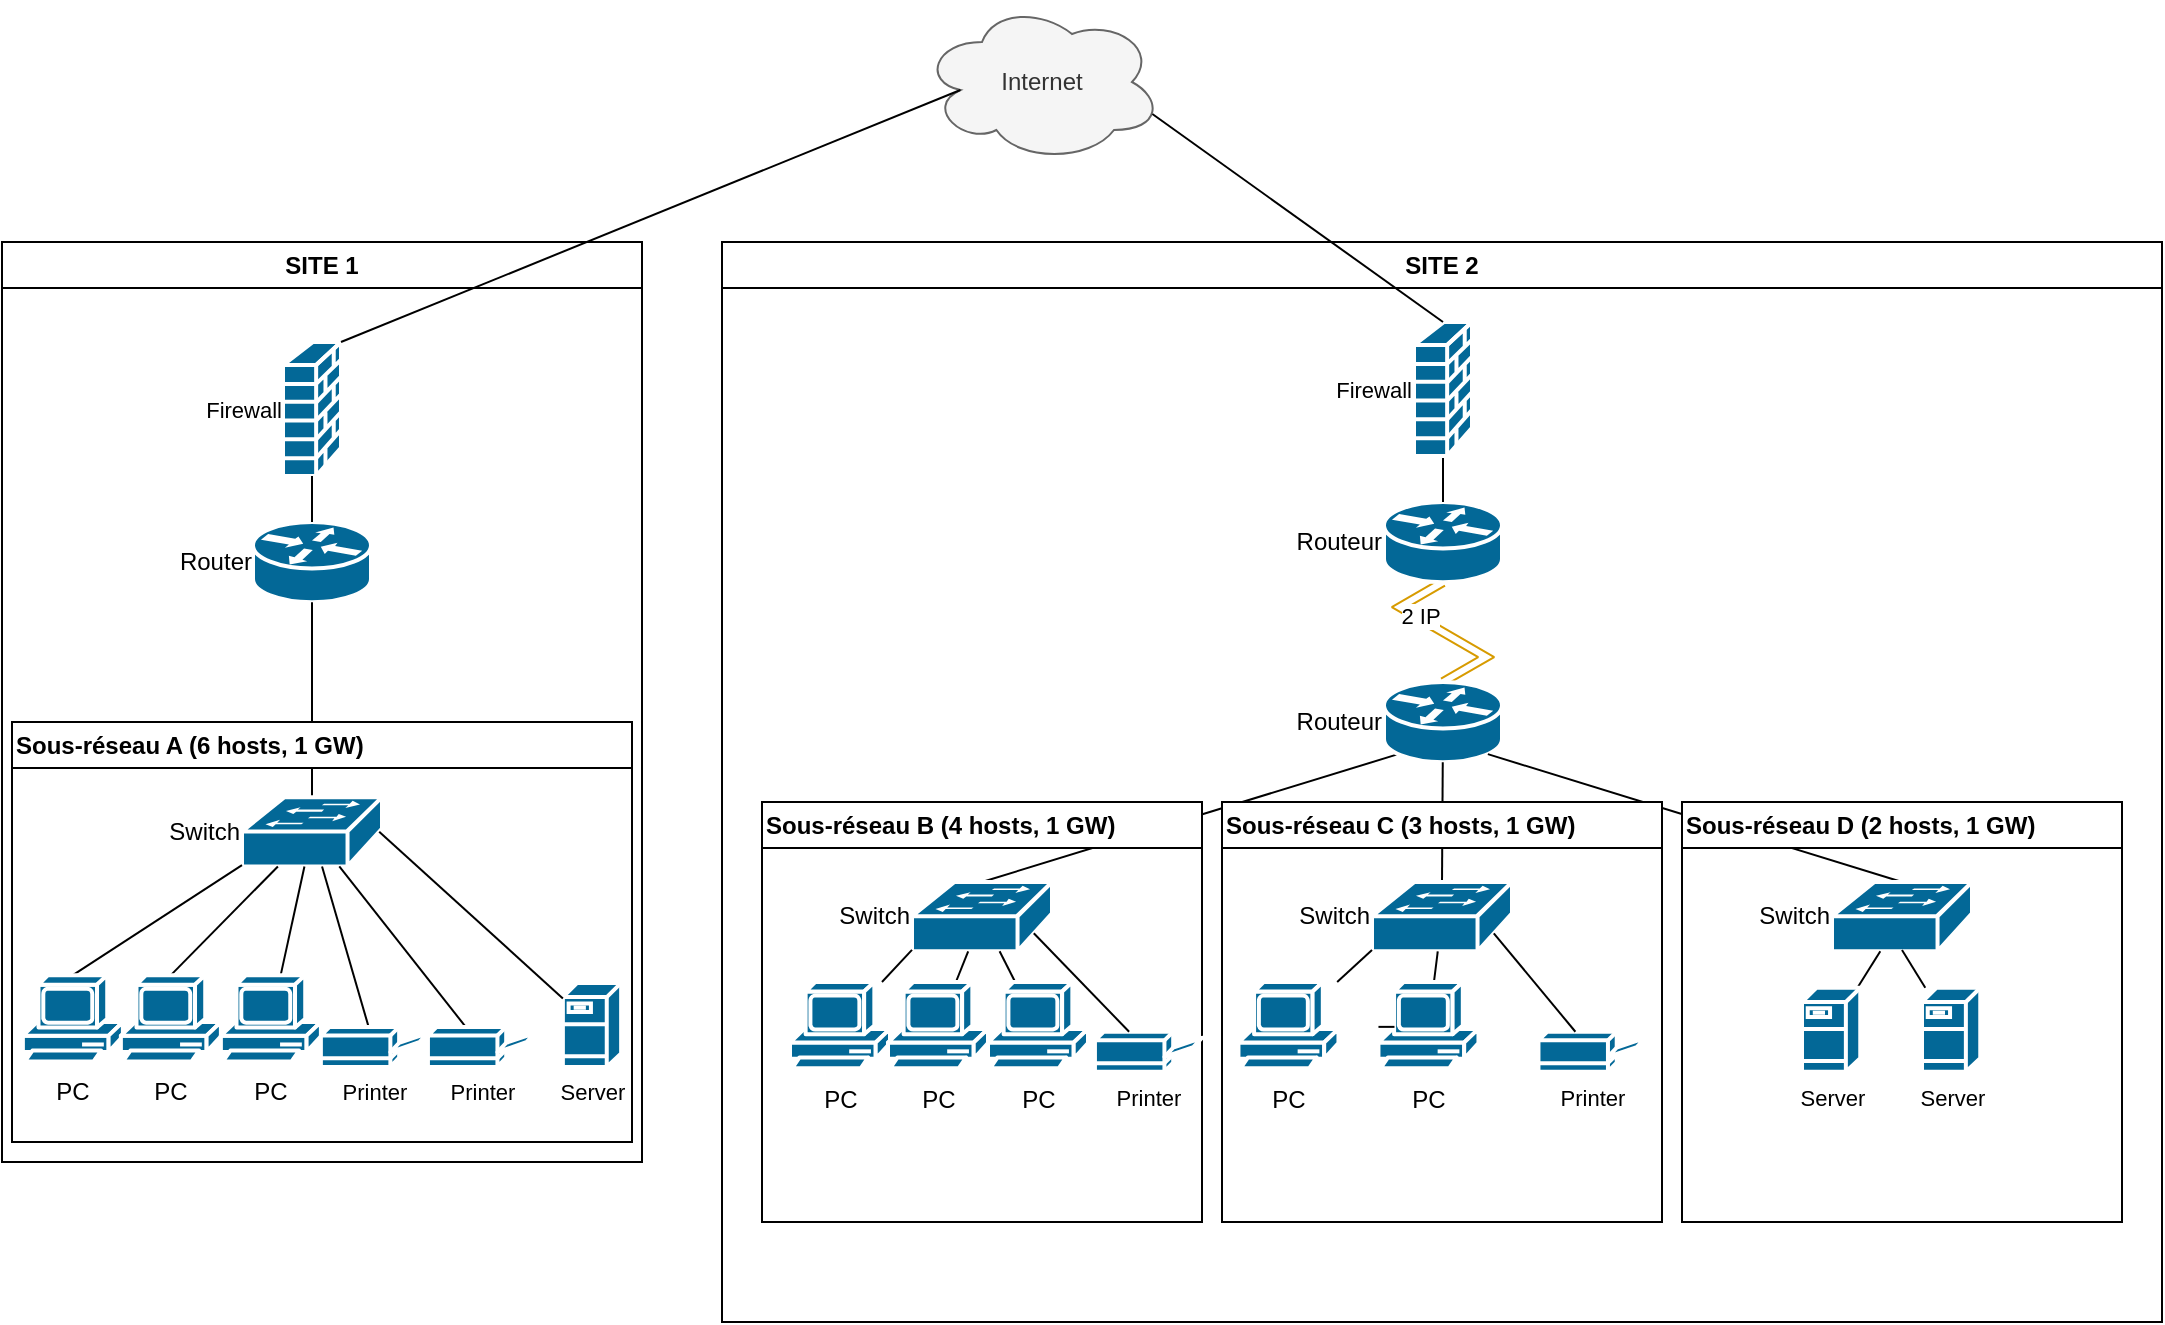
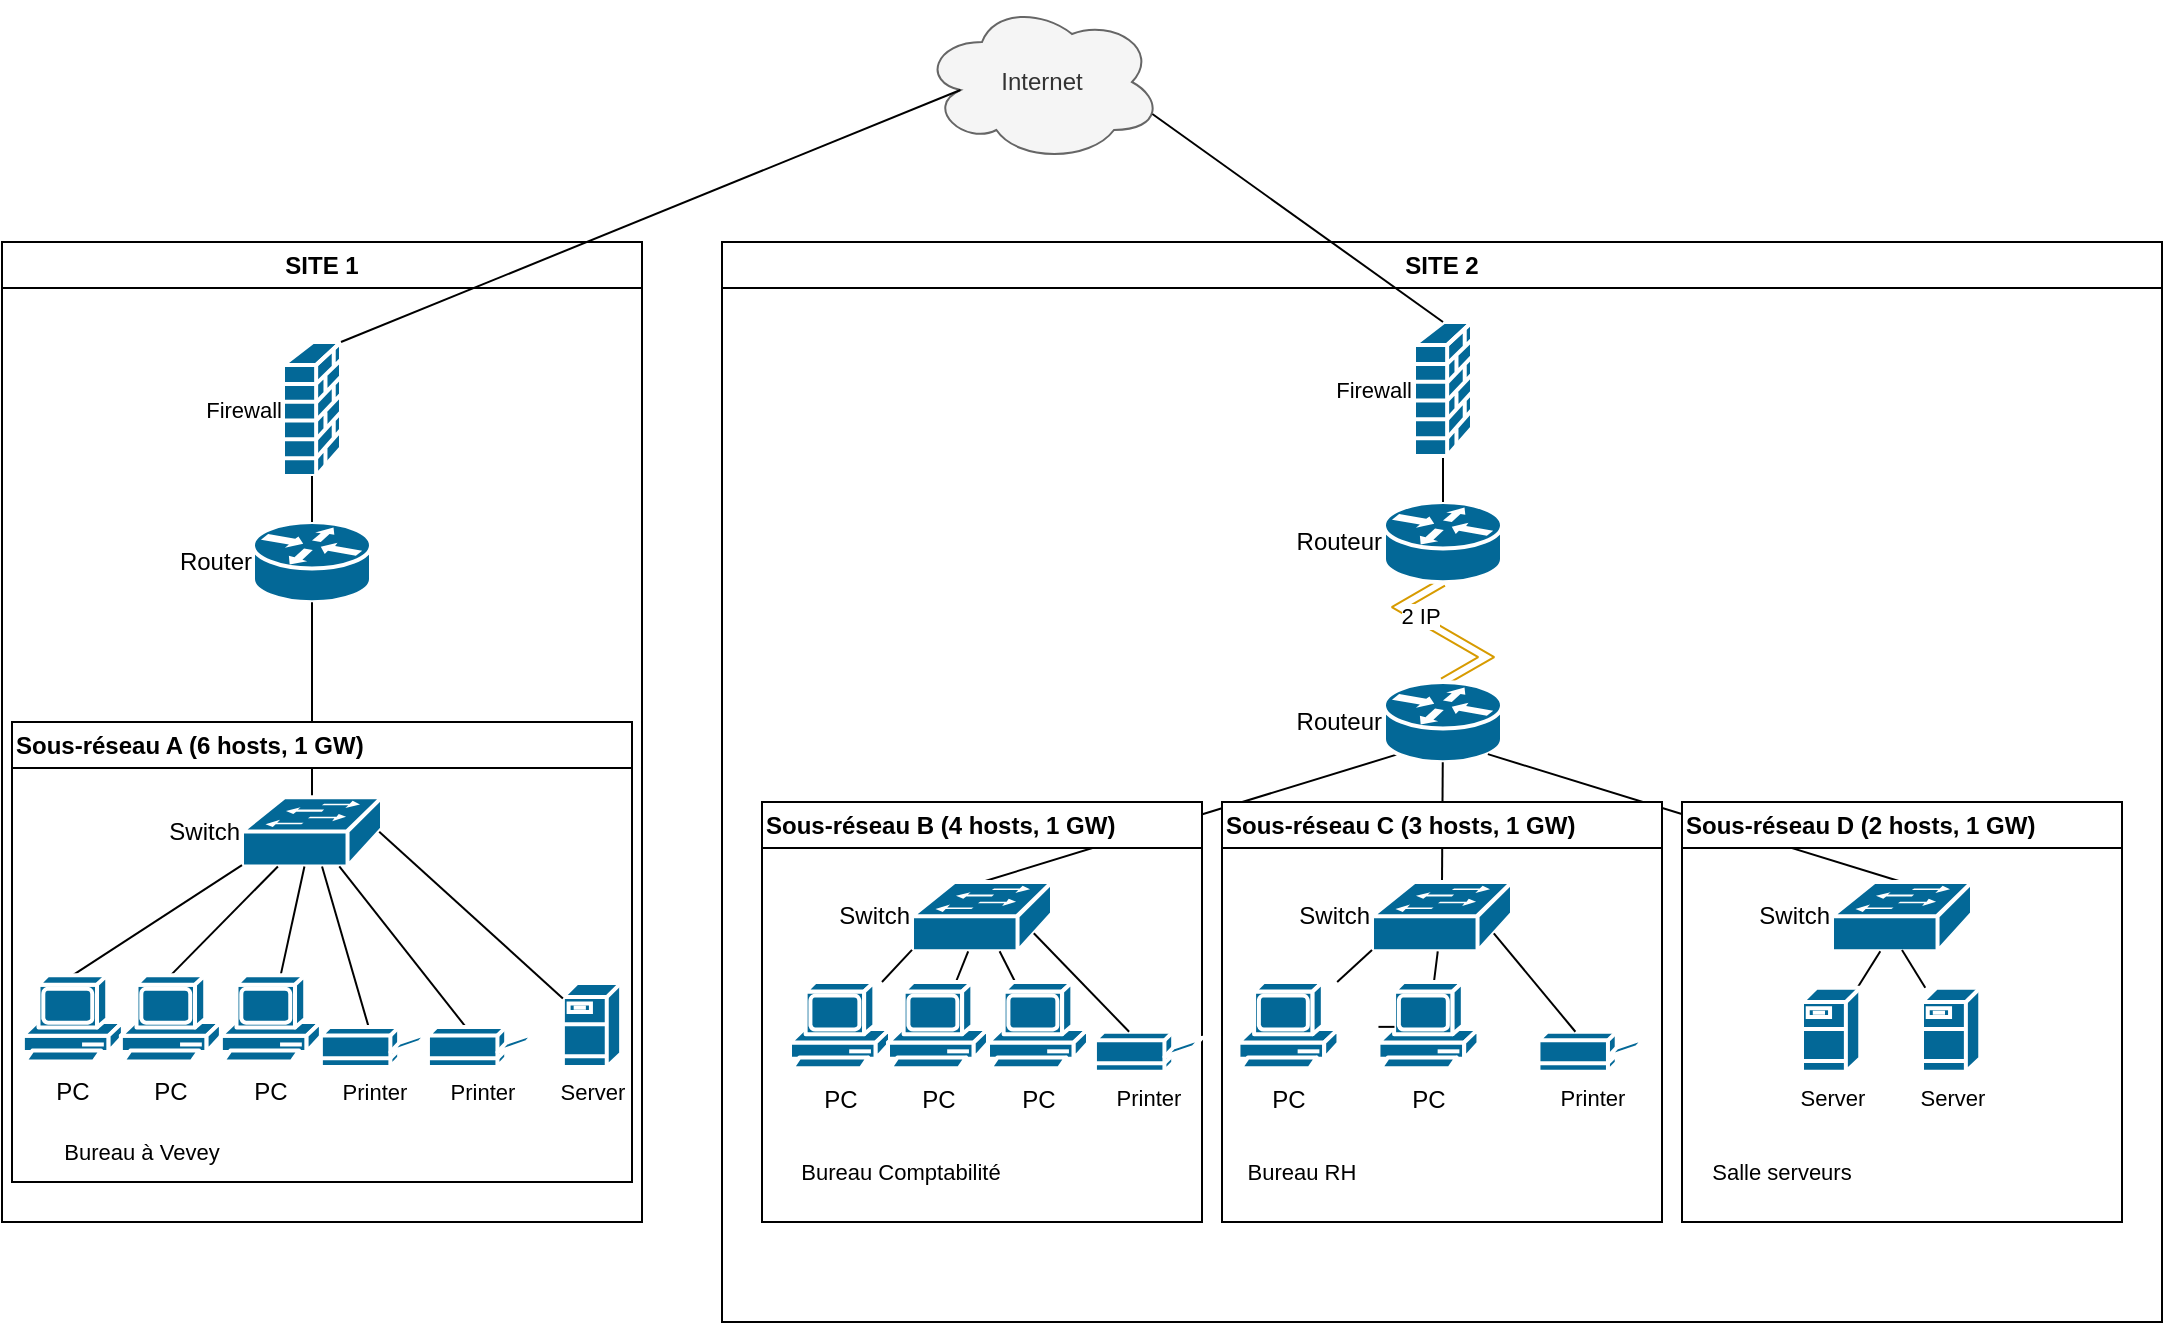
<mxfile host="app.diagrams.net">
  <diagram name="Page-1" id="ekn4VuCVdfrbBKzGEbSc">
-     <mxGraphModel dx="2175" dy="1071" grid="1" gridSize="10" guides="1" tooltips="1" connect="1" arrows="1" fold="1" page="1" pageScale="1" pageWidth="827" pageHeight="1169" math="0" shadow="0">
+     <mxGraphModel dx="1768" dy="870" grid="1" gridSize="10" guides="1" tooltips="1" connect="1" arrows="1" fold="1" page="1" pageScale="1" pageWidth="827" pageHeight="1169" math="0" shadow="0">
      <root>
        <mxCell id="0" />
        <mxCell id="1" parent="0" />
        <mxCell id="f7Ks8EoNQ2PZTetNXwv1-2496" parent="1" style="ellipse;shape=cloud;whiteSpace=wrap;html=1;fillColor=#f5f5f5;fontColor=#333333;strokeColor=#666666;" value="Internet" vertex="1">
          <mxGeometry height="80" width="120" x="730" y="90" as="geometry" />
        </mxCell>
        <mxCell id="f7Ks8EoNQ2PZTetNXwv1-2497" parent="1" style="swimlane;whiteSpace=wrap;html=1;startSize=23;" value="SITE 1" vertex="1">
-           <mxGeometry height="460" width="320" x="270" y="210" as="geometry" />
+           <mxGeometry height="490" width="320" x="270" y="210" as="geometry" />
        </mxCell>
        <mxCell id="f7Ks8EoNQ2PZTetNXwv1-2548" parent="f7Ks8EoNQ2PZTetNXwv1-2497" style="strokeColor=#ffffff;sketch=0;html=1;pointerEvents=1;dashed=0;fillColor=#036897;strokeWidth=2;verticalLabelPosition=middle;verticalAlign=middle;align=right;outlineConnect=0;shape=mxgraph.cisco.routers.router;labelBackgroundColor=none;labelPosition=left;" value="Router" vertex="1">
          <mxGeometry height="40.09" width="59" x="125.5" y="140" as="geometry" />
        </mxCell>
        <mxCell id="f7Ks8EoNQ2PZTetNXwv1-2555" edge="1" parent="f7Ks8EoNQ2PZTetNXwv1-2497" source="mVMcnRNJooNBmQ9YAk_B-56" style="edgeStyle=orthogonalEdgeStyle;rounded=0;orthogonalLoop=1;jettySize=auto;html=1;entryX=0.5;entryY=1;entryDx=0;entryDy=0;entryPerimeter=0;endArrow=none;endFill=0;" target="f7Ks8EoNQ2PZTetNXwv1-2548">
          <mxGeometry relative="1" as="geometry">
            <mxPoint x="160.0666666666666" y="130" as="sourcePoint" />
          </mxGeometry>
        </mxCell>
        <mxCell id="mVMcnRNJooNBmQ9YAk_B-55" parent="f7Ks8EoNQ2PZTetNXwv1-2497" style="swimlane;whiteSpace=wrap;html=1;align=left;" value="&lt;div align=&quot;left&quot;&gt;Sous-réseau A (6 hosts, 1 GW)&lt;/div&gt;" vertex="1">
-           <mxGeometry height="210" width="310" x="5" y="240" as="geometry" />
+           <mxGeometry height="230" width="310" x="5" y="240" as="geometry" />
        </mxCell>
        <mxCell id="mVMcnRNJooNBmQ9YAk_B-56" parent="mVMcnRNJooNBmQ9YAk_B-55" style="strokeColor=#ffffff;sketch=0;html=1;pointerEvents=1;dashed=0;fillColor=#036897;strokeWidth=2;verticalLabelPosition=middle;verticalAlign=middle;align=right;outlineConnect=0;shape=mxgraph.cisco.switches.workgroup_switch;labelPosition=left;" value="Switch" vertex="1">
          <mxGeometry height="34.65" width="70" x="115" y="37.57" as="geometry" />
        </mxCell>
        <mxCell id="mVMcnRNJooNBmQ9YAk_B-57" edge="1" parent="mVMcnRNJooNBmQ9YAk_B-55" source="mVMcnRNJooNBmQ9YAk_B-58" style="rounded=0;orthogonalLoop=1;jettySize=auto;html=1;startArrow=none;startFill=0;endArrow=none;endFill=0;entryX=0;entryY=0.98;entryDx=0;entryDy=0;entryPerimeter=0;exitX=0.5;exitY=0;exitDx=0;exitDy=0;exitPerimeter=0;" target="mVMcnRNJooNBmQ9YAk_B-56">
          <mxGeometry relative="1" as="geometry" />
        </mxCell>
        <mxCell id="mVMcnRNJooNBmQ9YAk_B-58" parent="mVMcnRNJooNBmQ9YAk_B-55" style="sketch=0;html=1;pointerEvents=1;dashed=0;fillColor=#036897;strokeColor=#ffffff;strokeWidth=2;verticalLabelPosition=bottom;verticalAlign=top;align=center;outlineConnect=0;shape=mxgraph.cisco.computers_and_peripherals.pc;" value="PC" vertex="1">
          <mxGeometry height="44.87" width="50" x="5.439999999999997" y="126.57" as="geometry" />
        </mxCell>
        <mxCell id="mVMcnRNJooNBmQ9YAk_B-59" edge="1" parent="mVMcnRNJooNBmQ9YAk_B-55" source="mVMcnRNJooNBmQ9YAk_B-60" style="rounded=0;orthogonalLoop=1;jettySize=auto;html=1;endArrow=none;endFill=0;exitX=0.5;exitY=0;exitDx=0;exitDy=0;exitPerimeter=0;" target="mVMcnRNJooNBmQ9YAk_B-56">
          <mxGeometry relative="1" as="geometry" />
        </mxCell>
        <mxCell id="mVMcnRNJooNBmQ9YAk_B-60" parent="mVMcnRNJooNBmQ9YAk_B-55" style="sketch=0;html=1;pointerEvents=1;dashed=0;fillColor=#036897;strokeColor=#ffffff;strokeWidth=2;verticalLabelPosition=bottom;verticalAlign=top;align=center;outlineConnect=0;shape=mxgraph.cisco.computers_and_peripherals.pc;" value="PC" vertex="1">
          <mxGeometry height="44.87" width="50" x="54.44" y="126.57" as="geometry" />
        </mxCell>
        <mxCell id="mVMcnRNJooNBmQ9YAk_B-61" edge="1" parent="mVMcnRNJooNBmQ9YAk_B-55" source="mVMcnRNJooNBmQ9YAk_B-62" style="edgeStyle=none;shape=connector;rounded=0;orthogonalLoop=1;jettySize=auto;html=1;strokeColor=default;align=center;verticalAlign=middle;fontFamily=Helvetica;fontSize=11;fontColor=default;labelBackgroundColor=default;endArrow=none;endFill=0;" target="mVMcnRNJooNBmQ9YAk_B-56">
          <mxGeometry relative="1" as="geometry" />
        </mxCell>
        <mxCell id="mVMcnRNJooNBmQ9YAk_B-62" parent="mVMcnRNJooNBmQ9YAk_B-55" style="sketch=0;html=1;pointerEvents=1;dashed=0;fillColor=#036897;strokeColor=#ffffff;strokeWidth=2;verticalLabelPosition=bottom;verticalAlign=top;align=center;outlineConnect=0;shape=mxgraph.cisco.computers_and_peripherals.pc;" value="PC" vertex="1">
          <mxGeometry height="44.87" width="50" x="104.44" y="126.57" as="geometry" />
        </mxCell>
        <mxCell id="mVMcnRNJooNBmQ9YAk_B-63" edge="1" parent="mVMcnRNJooNBmQ9YAk_B-55" source="mVMcnRNJooNBmQ9YAk_B-64" style="edgeStyle=none;shape=connector;rounded=0;orthogonalLoop=1;jettySize=auto;html=1;strokeColor=default;align=center;verticalAlign=middle;fontFamily=Helvetica;fontSize=11;fontColor=default;labelBackgroundColor=default;endArrow=none;endFill=0;" target="mVMcnRNJooNBmQ9YAk_B-56">
          <mxGeometry relative="1" as="geometry" />
        </mxCell>
        <mxCell id="mVMcnRNJooNBmQ9YAk_B-64" parent="mVMcnRNJooNBmQ9YAk_B-55" style="sketch=0;html=1;pointerEvents=1;dashed=0;fillColor=#036897;strokeColor=#ffffff;strokeWidth=2;verticalLabelPosition=bottom;verticalAlign=top;align=center;outlineConnect=0;shape=mxgraph.cisco.computers_and_peripherals.printer;fontFamily=Helvetica;fontSize=11;fontColor=default;labelBackgroundColor=default;" value="Printer" vertex="1">
          <mxGeometry height="20" width="53.53" x="207.96999999999997" y="152.44" as="geometry" />
        </mxCell>
        <mxCell id="mVMcnRNJooNBmQ9YAk_B-65" edge="1" parent="mVMcnRNJooNBmQ9YAk_B-55" source="mVMcnRNJooNBmQ9YAk_B-66" style="edgeStyle=none;shape=connector;rounded=0;orthogonalLoop=1;jettySize=auto;html=1;strokeColor=default;align=center;verticalAlign=middle;fontFamily=Helvetica;fontSize=11;fontColor=default;labelBackgroundColor=default;endArrow=none;endFill=0;" target="mVMcnRNJooNBmQ9YAk_B-56">
          <mxGeometry relative="1" as="geometry" />
        </mxCell>
        <mxCell id="mVMcnRNJooNBmQ9YAk_B-66" parent="mVMcnRNJooNBmQ9YAk_B-55" style="sketch=0;html=1;pointerEvents=1;dashed=0;fillColor=#036897;strokeColor=#ffffff;strokeWidth=2;verticalLabelPosition=bottom;verticalAlign=top;align=center;outlineConnect=0;shape=mxgraph.cisco.computers_and_peripherals.printer;fontFamily=Helvetica;fontSize=11;fontColor=default;labelBackgroundColor=default;" value="Printer" vertex="1">
          <mxGeometry height="20" width="53.53" x="154.44" y="152.44" as="geometry" />
        </mxCell>
        <mxCell id="mVMcnRNJooNBmQ9YAk_B-67" parent="mVMcnRNJooNBmQ9YAk_B-55" style="strokeColor=#ffffff;sketch=0;html=1;pointerEvents=1;dashed=0;fillColor=#036897;strokeWidth=2;verticalLabelPosition=bottom;verticalAlign=top;align=center;outlineConnect=0;shape=mxgraph.cisco.servers.fileserver;fontFamily=Helvetica;fontSize=11;fontColor=default;labelBackgroundColor=default;" value="Server" vertex="1">
          <mxGeometry height="42" width="29.13" x="275.44" y="130.44" as="geometry" />
        </mxCell>
        <mxCell id="mVMcnRNJooNBmQ9YAk_B-68" edge="1" parent="mVMcnRNJooNBmQ9YAk_B-55" source="mVMcnRNJooNBmQ9YAk_B-67" style="edgeStyle=none;shape=connector;rounded=0;orthogonalLoop=1;jettySize=auto;html=1;entryX=0.98;entryY=0.5;entryDx=0;entryDy=0;entryPerimeter=0;strokeColor=default;align=center;verticalAlign=middle;fontFamily=Helvetica;fontSize=11;fontColor=default;labelBackgroundColor=default;endArrow=none;endFill=0;" target="mVMcnRNJooNBmQ9YAk_B-56">
          <mxGeometry relative="1" as="geometry" />
+         </mxCell>
+         <mxCell id="mVMcnRNJooNBmQ9YAk_B-103" parent="mVMcnRNJooNBmQ9YAk_B-55" style="text;html=1;whiteSpace=wrap;strokeColor=none;fillColor=none;align=center;verticalAlign=middle;rounded=0;fontFamily=Helvetica;fontSize=11;fontColor=default;labelBackgroundColor=default;" value="Bureau à Vevey" vertex="1">
+           <mxGeometry height="30" width="120" x="5.439999999999998" y="200" as="geometry" />
        </mxCell>
        <mxCell id="mVMcnRNJooNBmQ9YAk_B-94" parent="f7Ks8EoNQ2PZTetNXwv1-2497" style="strokeColor=#ffffff;sketch=0;html=1;pointerEvents=1;dashed=0;fillColor=#036897;strokeWidth=2;verticalLabelPosition=middle;verticalAlign=middle;align=right;outlineConnect=0;shape=mxgraph.cisco.security.firewall;fontFamily=Helvetica;fontSize=11;fontColor=default;labelBackgroundColor=default;labelPosition=left;" value="Firewall" vertex="1">
          <mxGeometry height="67" width="28.999999999999996" x="140.5" y="50" as="geometry" />
        </mxCell>
        <mxCell id="mVMcnRNJooNBmQ9YAk_B-96" edge="1" parent="f7Ks8EoNQ2PZTetNXwv1-2497" source="f7Ks8EoNQ2PZTetNXwv1-2548" style="edgeStyle=none;shape=connector;rounded=0;orthogonalLoop=1;jettySize=auto;html=1;entryX=0.5;entryY=1;entryDx=0;entryDy=0;entryPerimeter=0;strokeColor=default;align=center;verticalAlign=middle;fontFamily=Helvetica;fontSize=11;fontColor=default;labelBackgroundColor=default;endArrow=none;endFill=0;" target="mVMcnRNJooNBmQ9YAk_B-94">
          <mxGeometry relative="1" as="geometry" />
        </mxCell>
        <mxCell id="f7Ks8EoNQ2PZTetNXwv1-2513" parent="1" style="swimlane;whiteSpace=wrap;html=1;startSize=23;" value="SITE 2" vertex="1">
          <mxGeometry height="540" width="720" x="630" y="210" as="geometry">
            <mxRectangle height="30" width="80" x="380" y="190" as="alternateBounds" />
          </mxGeometry>
        </mxCell>
        <mxCell id="mVMcnRNJooNBmQ9YAk_B-17" edge="1" parent="f7Ks8EoNQ2PZTetNXwv1-2513" source="f7Ks8EoNQ2PZTetNXwv1-2563" style="edgeStyle=isometricEdgeStyle;shape=link;rounded=0;orthogonalLoop=1;jettySize=auto;html=1;strokeColor=#d79b00;align=center;verticalAlign=middle;fontFamily=Helvetica;fontSize=11;fontColor=default;labelBackgroundColor=default;endArrow=none;endFill=0;exitX=0.5;exitY=1;exitDx=0;exitDy=0;exitPerimeter=0;elbow=horizontal;entryX=0.5;entryY=0;entryDx=0;entryDy=0;entryPerimeter=0;fillColor=#ffe6cc;" target="mVMcnRNJooNBmQ9YAk_B-3">
          <mxGeometry relative="1" as="geometry" />
        </mxCell>
        <mxCell id="mVMcnRNJooNBmQ9YAk_B-99" connectable="0" parent="mVMcnRNJooNBmQ9YAk_B-17" style="edgeLabel;html=1;align=center;verticalAlign=middle;resizable=0;points=[];fontFamily=Helvetica;fontSize=11;fontColor=default;labelBackgroundColor=default;" value="2 IP" vertex="1">
          <mxGeometry relative="1" x="-0.2751" y="1" as="geometry">
            <mxPoint as="offset" />
          </mxGeometry>
        </mxCell>
        <mxCell id="f7Ks8EoNQ2PZTetNXwv1-2563" parent="f7Ks8EoNQ2PZTetNXwv1-2513" style="strokeColor=#ffffff;sketch=0;html=1;pointerEvents=1;dashed=0;fillColor=#036897;strokeWidth=2;verticalLabelPosition=middle;verticalAlign=middle;align=right;outlineConnect=0;shape=mxgraph.cisco.routers.router;labelBackgroundColor=none;labelPosition=left;" value="&lt;span style=&quot;&quot;&gt;Routeur&lt;/span&gt;" vertex="1">
          <mxGeometry height="40.09" width="59" x="331" y="130" as="geometry" />
        </mxCell>
        <mxCell id="mVMcnRNJooNBmQ9YAk_B-19" edge="1" parent="f7Ks8EoNQ2PZTetNXwv1-2513" source="mVMcnRNJooNBmQ9YAk_B-3" style="edgeStyle=none;shape=connector;rounded=0;orthogonalLoop=1;jettySize=auto;html=1;strokeColor=default;align=center;verticalAlign=middle;fontFamily=Helvetica;fontSize=11;fontColor=default;labelBackgroundColor=default;endArrow=none;endFill=0;entryX=0.5;entryY=0;entryDx=0;entryDy=0;entryPerimeter=0;exitX=0.12;exitY=0.9;exitDx=0;exitDy=0;exitPerimeter=0;" target="mVMcnRNJooNBmQ9YAk_B-70">
          <mxGeometry relative="1" as="geometry">
            <mxPoint x="130" y="260.0899999999999" as="sourcePoint" />
            <mxPoint x="130" y="320" as="targetPoint" />
          </mxGeometry>
        </mxCell>
        <mxCell id="mVMcnRNJooNBmQ9YAk_B-3" parent="f7Ks8EoNQ2PZTetNXwv1-2513" style="strokeColor=#ffffff;sketch=0;html=1;pointerEvents=1;dashed=0;fillColor=#036897;strokeWidth=2;verticalLabelPosition=middle;verticalAlign=middle;align=right;outlineConnect=0;shape=mxgraph.cisco.routers.router;labelBackgroundColor=none;labelPosition=left;" value="&lt;span style=&quot;&quot;&gt;Routeur&lt;/span&gt;" vertex="1">
          <mxGeometry height="40.09" width="59" x="331" y="220" as="geometry" />
        </mxCell>
        <mxCell id="mVMcnRNJooNBmQ9YAk_B-7" edge="1" parent="f7Ks8EoNQ2PZTetNXwv1-2513" source="mVMcnRNJooNBmQ9YAk_B-6" style="edgeStyle=none;shape=connector;rounded=0;orthogonalLoop=1;jettySize=auto;html=1;strokeColor=default;align=center;verticalAlign=middle;fontFamily=Helvetica;fontSize=11;fontColor=default;labelBackgroundColor=default;endArrow=none;endFill=0;" target="f7Ks8EoNQ2PZTetNXwv1-2563">
          <mxGeometry relative="1" as="geometry" />
        </mxCell>
        <mxCell id="mVMcnRNJooNBmQ9YAk_B-6" parent="f7Ks8EoNQ2PZTetNXwv1-2513" style="strokeColor=#ffffff;sketch=0;html=1;pointerEvents=1;dashed=0;fillColor=#036897;strokeWidth=2;verticalLabelPosition=middle;verticalAlign=middle;align=right;outlineConnect=0;shape=mxgraph.cisco.security.firewall;fontFamily=Helvetica;fontSize=11;fontColor=default;labelBackgroundColor=default;labelPosition=left;" value="Firewall" vertex="1">
          <mxGeometry height="67" width="28.999999999999996" x="346" y="40" as="geometry" />
        </mxCell>
        <mxCell id="mVMcnRNJooNBmQ9YAk_B-20" edge="1" parent="f7Ks8EoNQ2PZTetNXwv1-2513" source="mVMcnRNJooNBmQ9YAk_B-3" style="edgeStyle=none;shape=connector;rounded=0;orthogonalLoop=1;jettySize=auto;html=1;entryX=0.5;entryY=0;entryDx=0;entryDy=0;entryPerimeter=0;strokeColor=default;align=center;verticalAlign=middle;fontFamily=Helvetica;fontSize=11;fontColor=default;labelBackgroundColor=default;endArrow=none;endFill=0;" target="mVMcnRNJooNBmQ9YAk_B-80">
          <mxGeometry relative="1" as="geometry">
            <mxPoint x="360" y="320" as="targetPoint" />
          </mxGeometry>
        </mxCell>
        <mxCell id="mVMcnRNJooNBmQ9YAk_B-21" edge="1" parent="f7Ks8EoNQ2PZTetNXwv1-2513" source="mVMcnRNJooNBmQ9YAk_B-3" style="edgeStyle=none;shape=connector;rounded=0;orthogonalLoop=1;jettySize=auto;html=1;entryX=0.5;entryY=0;entryDx=0;entryDy=0;entryPerimeter=0;strokeColor=default;align=center;verticalAlign=middle;fontFamily=Helvetica;fontSize=11;fontColor=default;labelBackgroundColor=default;endArrow=none;endFill=0;exitX=0.88;exitY=0.9;exitDx=0;exitDy=0;exitPerimeter=0;" target="mVMcnRNJooNBmQ9YAk_B-89">
          <mxGeometry relative="1" as="geometry">
            <mxPoint x="590" y="260.0899999999999" as="sourcePoint" />
            <mxPoint x="590" y="320" as="targetPoint" />
          </mxGeometry>
        </mxCell>
        <mxCell id="mVMcnRNJooNBmQ9YAk_B-69" parent="f7Ks8EoNQ2PZTetNXwv1-2513" style="swimlane;whiteSpace=wrap;html=1;align=left;" value="&lt;div align=&quot;left&quot;&gt;Sous-réseau B (4 hosts, 1 GW)&lt;/div&gt;" vertex="1">
          <mxGeometry height="210" width="220" x="20" y="280" as="geometry" />
        </mxCell>
        <mxCell id="mVMcnRNJooNBmQ9YAk_B-70" parent="mVMcnRNJooNBmQ9YAk_B-69" style="strokeColor=#ffffff;sketch=0;html=1;pointerEvents=1;dashed=0;fillColor=#036897;strokeWidth=2;verticalLabelPosition=middle;verticalAlign=middle;align=right;outlineConnect=0;shape=mxgraph.cisco.switches.workgroup_switch;labelPosition=left;" value="Switch" vertex="1">
          <mxGeometry height="34.65" width="70" x="75" y="40" as="geometry" />
        </mxCell>
        <mxCell id="mVMcnRNJooNBmQ9YAk_B-71" parent="mVMcnRNJooNBmQ9YAk_B-69" style="sketch=0;html=1;pointerEvents=1;dashed=0;fillColor=#036897;strokeColor=#ffffff;strokeWidth=2;verticalLabelPosition=bottom;verticalAlign=top;align=center;outlineConnect=0;shape=mxgraph.cisco.computers_and_peripherals.pc;" value="PC" vertex="1">
          <mxGeometry height="44.87" width="50" x="14" y="90" as="geometry" />
        </mxCell>
        <mxCell id="mVMcnRNJooNBmQ9YAk_B-72" edge="1" parent="mVMcnRNJooNBmQ9YAk_B-69" source="mVMcnRNJooNBmQ9YAk_B-73" style="edgeStyle=none;shape=connector;rounded=0;orthogonalLoop=1;jettySize=auto;html=1;strokeColor=default;align=center;verticalAlign=middle;fontFamily=Helvetica;fontSize=11;fontColor=default;labelBackgroundColor=default;endArrow=none;endFill=0;" target="mVMcnRNJooNBmQ9YAk_B-70" value="">
          <mxGeometry relative="1" as="geometry" />
        </mxCell>
        <mxCell id="mVMcnRNJooNBmQ9YAk_B-73" parent="mVMcnRNJooNBmQ9YAk_B-69" style="sketch=0;html=1;pointerEvents=1;dashed=0;fillColor=#036897;strokeColor=#ffffff;strokeWidth=2;verticalLabelPosition=bottom;verticalAlign=top;align=center;outlineConnect=0;shape=mxgraph.cisco.computers_and_peripherals.pc;" value="PC" vertex="1">
          <mxGeometry height="44.87" width="50" x="63" y="90" as="geometry" />
        </mxCell>
        <mxCell id="mVMcnRNJooNBmQ9YAk_B-74" edge="1" parent="mVMcnRNJooNBmQ9YAk_B-69" source="mVMcnRNJooNBmQ9YAk_B-75" style="edgeStyle=none;shape=connector;rounded=0;orthogonalLoop=1;jettySize=auto;html=1;strokeColor=default;align=center;verticalAlign=middle;fontFamily=Helvetica;fontSize=11;fontColor=default;labelBackgroundColor=default;endArrow=none;endFill=0;" target="mVMcnRNJooNBmQ9YAk_B-70">
          <mxGeometry relative="1" as="geometry" />
        </mxCell>
        <mxCell id="mVMcnRNJooNBmQ9YAk_B-75" parent="mVMcnRNJooNBmQ9YAk_B-69" style="sketch=0;html=1;pointerEvents=1;dashed=0;fillColor=#036897;strokeColor=#ffffff;strokeWidth=2;verticalLabelPosition=bottom;verticalAlign=top;align=center;outlineConnect=0;shape=mxgraph.cisco.computers_and_peripherals.pc;" value="PC" vertex="1">
          <mxGeometry height="44.87" width="50" x="113" y="90" as="geometry" />
        </mxCell>
        <mxCell id="mVMcnRNJooNBmQ9YAk_B-76" parent="mVMcnRNJooNBmQ9YAk_B-69" style="sketch=0;html=1;pointerEvents=1;dashed=0;fillColor=#036897;strokeColor=#ffffff;strokeWidth=2;verticalLabelPosition=bottom;verticalAlign=top;align=center;outlineConnect=0;shape=mxgraph.cisco.computers_and_peripherals.printer;fontFamily=Helvetica;fontSize=11;fontColor=default;labelBackgroundColor=default;" value="Printer" vertex="1">
          <mxGeometry height="20" width="53.53" x="166.47000000000003" y="114.87" as="geometry" />
        </mxCell>
        <mxCell id="mVMcnRNJooNBmQ9YAk_B-77" edge="1" parent="mVMcnRNJooNBmQ9YAk_B-69" source="mVMcnRNJooNBmQ9YAk_B-71" style="edgeStyle=none;shape=connector;rounded=0;orthogonalLoop=1;jettySize=auto;html=1;entryX=0;entryY=0.98;entryDx=0;entryDy=0;entryPerimeter=0;strokeColor=default;align=center;verticalAlign=middle;fontFamily=Helvetica;fontSize=11;fontColor=default;labelBackgroundColor=default;endArrow=none;endFill=0;" target="mVMcnRNJooNBmQ9YAk_B-70">
          <mxGeometry relative="1" as="geometry" />
        </mxCell>
        <mxCell id="mVMcnRNJooNBmQ9YAk_B-78" edge="1" parent="mVMcnRNJooNBmQ9YAk_B-69" source="mVMcnRNJooNBmQ9YAk_B-76" style="edgeStyle=none;shape=connector;rounded=0;orthogonalLoop=1;jettySize=auto;html=1;entryX=0.87;entryY=0.74;entryDx=0;entryDy=0;entryPerimeter=0;strokeColor=default;align=center;verticalAlign=middle;fontFamily=Helvetica;fontSize=11;fontColor=default;labelBackgroundColor=default;endArrow=none;endFill=0;" target="mVMcnRNJooNBmQ9YAk_B-70">
          <mxGeometry relative="1" as="geometry" />
        </mxCell>
+         <mxCell id="mVMcnRNJooNBmQ9YAk_B-100" parent="mVMcnRNJooNBmQ9YAk_B-69" style="text;html=1;whiteSpace=wrap;strokeColor=none;fillColor=none;align=center;verticalAlign=middle;rounded=0;fontFamily=Helvetica;fontSize=11;fontColor=default;labelBackgroundColor=default;" value="Bureau Comptabilité" vertex="1">
+           <mxGeometry height="30" width="121" x="9" y="170" as="geometry" />
+         </mxCell>
        <mxCell id="mVMcnRNJooNBmQ9YAk_B-79" parent="f7Ks8EoNQ2PZTetNXwv1-2513" style="swimlane;whiteSpace=wrap;html=1;align=left;" value="&lt;div align=&quot;left&quot;&gt;Sous-réseau C (3 hosts, 1 GW)&lt;/div&gt;" vertex="1">
          <mxGeometry height="210" width="220" x="250" y="280" as="geometry" />
        </mxCell>
        <mxCell id="mVMcnRNJooNBmQ9YAk_B-80" parent="mVMcnRNJooNBmQ9YAk_B-79" style="strokeColor=#ffffff;sketch=0;html=1;pointerEvents=1;dashed=0;fillColor=#036897;strokeWidth=2;verticalLabelPosition=middle;verticalAlign=middle;align=right;outlineConnect=0;shape=mxgraph.cisco.switches.workgroup_switch;labelPosition=left;" value="Switch" vertex="1">
          <mxGeometry height="34.65" width="70" x="75" y="40" as="geometry" />
        </mxCell>
        <mxCell id="mVMcnRNJooNBmQ9YAk_B-81" edge="1" parent="mVMcnRNJooNBmQ9YAk_B-79" source="mVMcnRNJooNBmQ9YAk_B-82" style="edgeStyle=none;shape=connector;rounded=0;orthogonalLoop=1;jettySize=auto;html=1;strokeColor=default;align=center;verticalAlign=middle;fontFamily=Helvetica;fontSize=11;fontColor=default;labelBackgroundColor=default;endArrow=none;endFill=0;entryX=0;entryY=0.98;entryDx=0;entryDy=0;entryPerimeter=0;" target="mVMcnRNJooNBmQ9YAk_B-80">
          <mxGeometry relative="1" as="geometry" />
        </mxCell>
        <mxCell id="mVMcnRNJooNBmQ9YAk_B-82" parent="mVMcnRNJooNBmQ9YAk_B-79" style="sketch=0;html=1;pointerEvents=1;dashed=0;fillColor=#036897;strokeColor=#ffffff;strokeWidth=2;verticalLabelPosition=bottom;verticalAlign=top;align=center;outlineConnect=0;shape=mxgraph.cisco.computers_and_peripherals.pc;" value="PC" vertex="1">
          <mxGeometry height="44.87" width="50" x="8.23" y="90" as="geometry" />
        </mxCell>
        <mxCell id="mVMcnRNJooNBmQ9YAk_B-83" edge="1" parent="mVMcnRNJooNBmQ9YAk_B-79" source="mVMcnRNJooNBmQ9YAk_B-84" style="edgeStyle=none;shape=connector;rounded=0;orthogonalLoop=1;jettySize=auto;html=1;strokeColor=default;align=center;verticalAlign=middle;fontFamily=Helvetica;fontSize=11;fontColor=default;labelBackgroundColor=default;endArrow=none;endFill=0;" target="mVMcnRNJooNBmQ9YAk_B-80">
          <mxGeometry relative="1" as="geometry" />
        </mxCell>
        <mxCell id="mVMcnRNJooNBmQ9YAk_B-84" parent="mVMcnRNJooNBmQ9YAk_B-79" style="sketch=0;html=1;pointerEvents=1;dashed=0;fillColor=#036897;strokeColor=#ffffff;strokeWidth=2;verticalLabelPosition=bottom;verticalAlign=top;align=center;outlineConnect=0;shape=mxgraph.cisco.computers_and_peripherals.pc;" value="PC" vertex="1">
          <mxGeometry height="44.87" width="50" x="78.23" y="90" as="geometry" />
        </mxCell>
        <mxCell id="mVMcnRNJooNBmQ9YAk_B-85" edge="1" parent="mVMcnRNJooNBmQ9YAk_B-79" source="mVMcnRNJooNBmQ9YAk_B-84" style="edgeStyle=none;shape=connector;rounded=0;orthogonalLoop=1;jettySize=auto;html=1;exitX=0.16;exitY=0.5;exitDx=0;exitDy=0;exitPerimeter=0;strokeColor=default;align=center;verticalAlign=middle;fontFamily=Helvetica;fontSize=11;fontColor=default;labelBackgroundColor=default;endArrow=none;endFill=0;" target="mVMcnRNJooNBmQ9YAk_B-84">
          <mxGeometry relative="1" as="geometry" />
        </mxCell>
        <mxCell id="mVMcnRNJooNBmQ9YAk_B-86" parent="mVMcnRNJooNBmQ9YAk_B-79" style="sketch=0;html=1;pointerEvents=1;dashed=0;fillColor=#036897;strokeColor=#ffffff;strokeWidth=2;verticalLabelPosition=bottom;verticalAlign=top;align=center;outlineConnect=0;shape=mxgraph.cisco.computers_and_peripherals.printer;fontFamily=Helvetica;fontSize=11;fontColor=default;labelBackgroundColor=default;" value="Printer" vertex="1">
          <mxGeometry height="20" width="53.53" x="158.23" y="114.87" as="geometry" />
        </mxCell>
        <mxCell id="mVMcnRNJooNBmQ9YAk_B-87" edge="1" parent="mVMcnRNJooNBmQ9YAk_B-79" source="mVMcnRNJooNBmQ9YAk_B-86" style="edgeStyle=none;shape=connector;rounded=0;orthogonalLoop=1;jettySize=auto;html=1;entryX=0.87;entryY=0.74;entryDx=0;entryDy=0;entryPerimeter=0;strokeColor=default;align=center;verticalAlign=middle;fontFamily=Helvetica;fontSize=11;fontColor=default;labelBackgroundColor=default;endArrow=none;endFill=0;" target="mVMcnRNJooNBmQ9YAk_B-80">
          <mxGeometry relative="1" as="geometry" />
        </mxCell>
        <mxCell id="mVMcnRNJooNBmQ9YAk_B-88" parent="f7Ks8EoNQ2PZTetNXwv1-2513" style="swimlane;whiteSpace=wrap;html=1;align=left;" value="&lt;div align=&quot;left&quot;&gt;Sous-réseau D (2 hosts, 1 GW)&lt;/div&gt;" vertex="1">
          <mxGeometry height="210" width="220" x="480" y="280" as="geometry" />
        </mxCell>
        <mxCell id="mVMcnRNJooNBmQ9YAk_B-89" parent="mVMcnRNJooNBmQ9YAk_B-88" style="strokeColor=#ffffff;sketch=0;html=1;pointerEvents=1;dashed=0;fillColor=#036897;strokeWidth=2;verticalLabelPosition=middle;verticalAlign=middle;align=right;outlineConnect=0;shape=mxgraph.cisco.switches.workgroup_switch;labelPosition=left;" value="Switch" vertex="1">
          <mxGeometry height="34.65" width="70" x="75" y="40" as="geometry" />
        </mxCell>
        <mxCell id="mVMcnRNJooNBmQ9YAk_B-90" edge="1" parent="mVMcnRNJooNBmQ9YAk_B-88" source="mVMcnRNJooNBmQ9YAk_B-91" style="edgeStyle=none;shape=connector;rounded=0;orthogonalLoop=1;jettySize=auto;html=1;strokeColor=default;align=center;verticalAlign=middle;fontFamily=Helvetica;fontSize=11;fontColor=default;labelBackgroundColor=default;endArrow=none;endFill=0;" target="mVMcnRNJooNBmQ9YAk_B-89">
          <mxGeometry relative="1" as="geometry" />
        </mxCell>
        <mxCell id="mVMcnRNJooNBmQ9YAk_B-91" parent="mVMcnRNJooNBmQ9YAk_B-88" style="strokeColor=#ffffff;sketch=0;html=1;pointerEvents=1;dashed=0;fillColor=#036897;strokeWidth=2;verticalLabelPosition=bottom;verticalAlign=top;align=center;outlineConnect=0;shape=mxgraph.cisco.servers.fileserver;fontFamily=Helvetica;fontSize=11;fontColor=default;labelBackgroundColor=default;" value="Server" vertex="1">
          <mxGeometry height="42" width="29.13" x="60" y="92.87" as="geometry" />
        </mxCell>
        <mxCell id="mVMcnRNJooNBmQ9YAk_B-92" parent="mVMcnRNJooNBmQ9YAk_B-88" style="strokeColor=#ffffff;sketch=0;html=1;pointerEvents=1;dashed=0;fillColor=#036897;strokeWidth=2;verticalLabelPosition=bottom;verticalAlign=top;align=center;outlineConnect=0;shape=mxgraph.cisco.servers.fileserver;fontFamily=Helvetica;fontSize=11;fontColor=default;labelBackgroundColor=default;" value="Server" vertex="1">
          <mxGeometry height="42" width="29.13" x="120" y="92.87" as="geometry" />
        </mxCell>
        <mxCell id="mVMcnRNJooNBmQ9YAk_B-93" edge="1" parent="mVMcnRNJooNBmQ9YAk_B-88" source="mVMcnRNJooNBmQ9YAk_B-92" style="edgeStyle=none;shape=connector;rounded=0;orthogonalLoop=1;jettySize=auto;html=1;entryX=0.5;entryY=0.98;entryDx=0;entryDy=0;entryPerimeter=0;strokeColor=default;align=center;verticalAlign=middle;fontFamily=Helvetica;fontSize=11;fontColor=default;labelBackgroundColor=default;endArrow=none;endFill=0;" target="mVMcnRNJooNBmQ9YAk_B-89">
          <mxGeometry relative="1" as="geometry" />
        </mxCell>
        <mxCell id="f7Ks8EoNQ2PZTetNXwv1-2549" edge="1" parent="1" source="mVMcnRNJooNBmQ9YAk_B-94" style="rounded=0;orthogonalLoop=1;jettySize=auto;html=1;entryX=0.16;entryY=0.55;entryDx=0;entryDy=0;entryPerimeter=0;strokeColor=default;endArrow=none;endFill=0;exitX=1;exitY=0;exitDx=0;exitDy=0;exitPerimeter=0;" target="f7Ks8EoNQ2PZTetNXwv1-2496">
          <mxGeometry relative="1" as="geometry" />
        </mxCell>
        <mxCell id="f7Ks8EoNQ2PZTetNXwv1-2551" edge="1" parent="1" source="mVMcnRNJooNBmQ9YAk_B-6" style="rounded=0;orthogonalLoop=1;jettySize=auto;html=1;entryX=0.96;entryY=0.7;entryDx=0;entryDy=0;entryPerimeter=0;endArrow=none;endFill=0;exitX=0.5;exitY=0;exitDx=0;exitDy=0;exitPerimeter=0;" target="f7Ks8EoNQ2PZTetNXwv1-2496">
          <mxGeometry relative="1" as="geometry">
            <mxPoint x="960.5961685823756" y="250" as="sourcePoint" />
          </mxGeometry>
+         </mxCell>
+         <mxCell id="mVMcnRNJooNBmQ9YAk_B-101" parent="1" style="text;html=1;whiteSpace=wrap;strokeColor=none;fillColor=none;align=center;verticalAlign=middle;rounded=0;fontFamily=Helvetica;fontSize=11;fontColor=default;labelBackgroundColor=default;" value="Bureau RH" vertex="1">
+           <mxGeometry height="30" width="80" x="880" y="660" as="geometry" />
+         </mxCell>
+         <mxCell id="mVMcnRNJooNBmQ9YAk_B-102" parent="1" style="text;html=1;whiteSpace=wrap;strokeColor=none;fillColor=none;align=center;verticalAlign=middle;rounded=0;fontFamily=Helvetica;fontSize=11;fontColor=default;labelBackgroundColor=default;" value="Salle serveurs" vertex="1">
+           <mxGeometry height="30" width="100" x="1110" y="660" as="geometry" />
        </mxCell>
      </root>
    </mxGraphModel>
  </diagram>
</mxfile>
